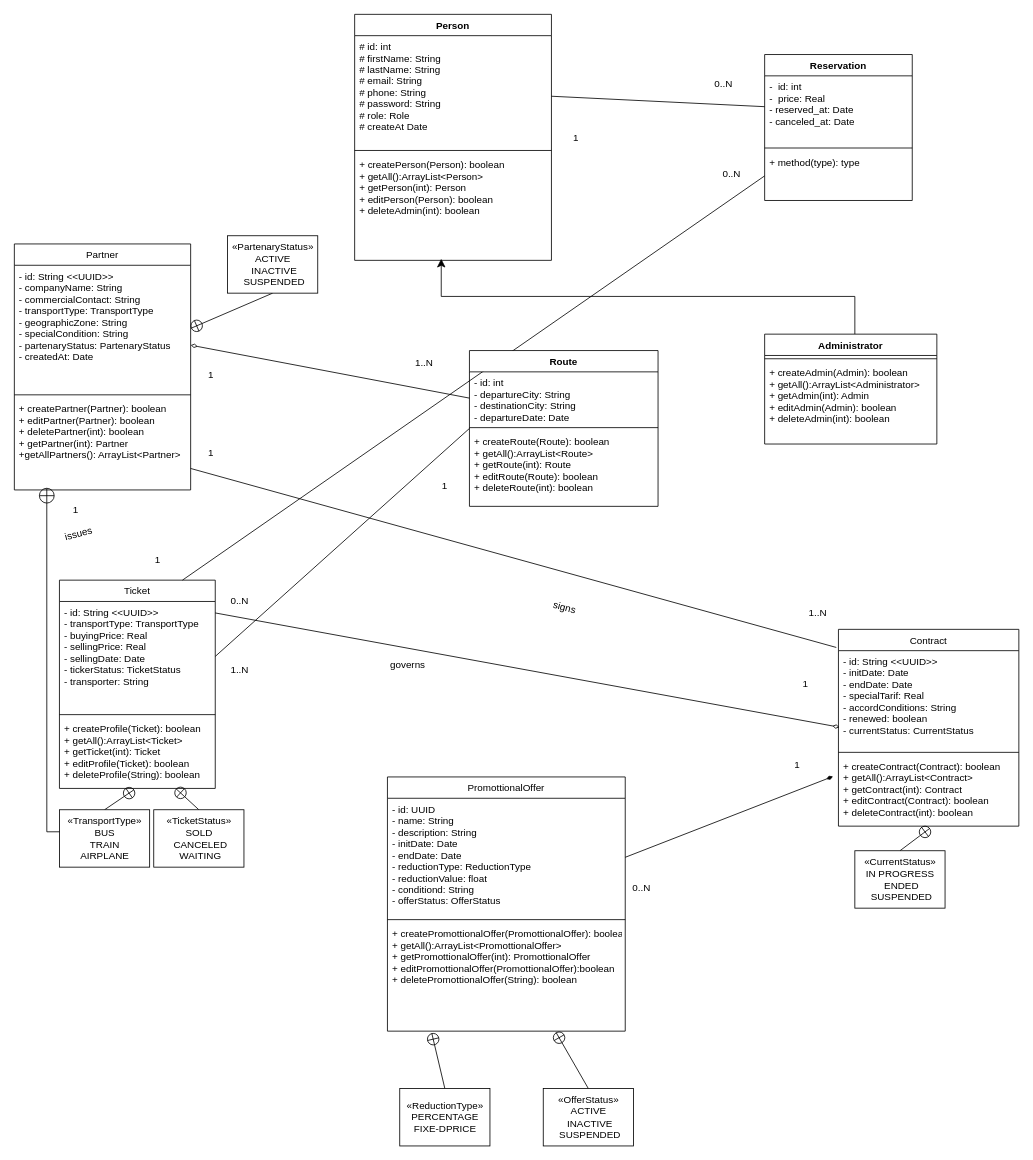
The draw.io diagram UML/Class.dio in LoussalMohammed/TransportTicket_LoussalMohammed, before the edit. Source tidied: cells renumbered, new cells numbered last; positions are measured from the earlier drawing's top-left corner, leaving out a move shared by most shapes. Both pictures are drawn from the tidied source at 82%, with x=0, y=0 at pixel (14, 14).
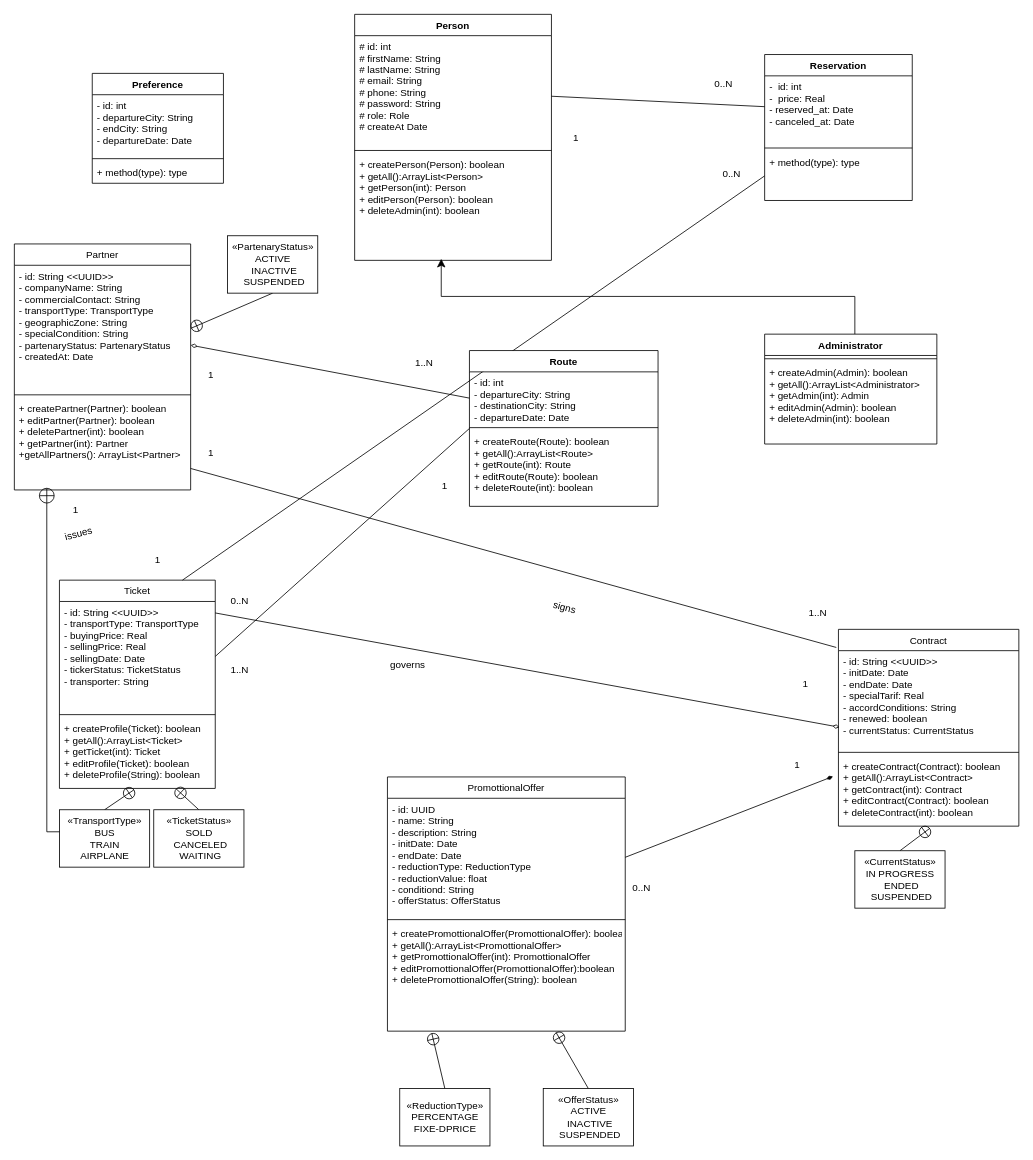
After the change.

Commit message:
add Preference Class

Diff of the diagram source:
```diff
@@
+    <mxCell id="72" value="Preference" style="swimlane;fontStyle=1;align=center;verticalAlign=top;horizontal=1;startSize=26;" parent="1" vertex="1">
+      <mxGeometry x="95" y="72" width="160" height="134" as="geometry" />
+    </mxCell>
+    <mxCell id="73" value="- id: int&#10;- departureCity: String&#10;- endCity: String&#10;- departureDate: Date" style="text;strokeColor=none;fillColor=none;align=left;verticalAlign=top;spacingLeft=4;spacingRight=4;overflow=hidden;" parent="72" vertex="1">
+      <mxGeometry y="26" width="160" height="74" as="geometry" />
+    </mxCell>
+    <mxCell id="74" style="line;strokeWidth=1;fillColor=none;align=left;verticalAlign=middle;spacingTop=-1;spacingLeft=3;spacingRight=3;labelPosition=right;strokeColor=inherit;" parent="72" vertex="1">
+      <mxGeometry y="100" width="160" height="8" as="geometry" />
+    </mxCell>
+    <mxCell id="75" value="+ method(type): type" style="text;strokeColor=none;fillColor=none;align=left;verticalAlign=top;spacingLeft=4;spacingRight=4;overflow=hidden;" parent="72" vertex="1">
+      <mxGeometry y="108" width="160" height="26" as="geometry" />
+    </mxCell>
```
